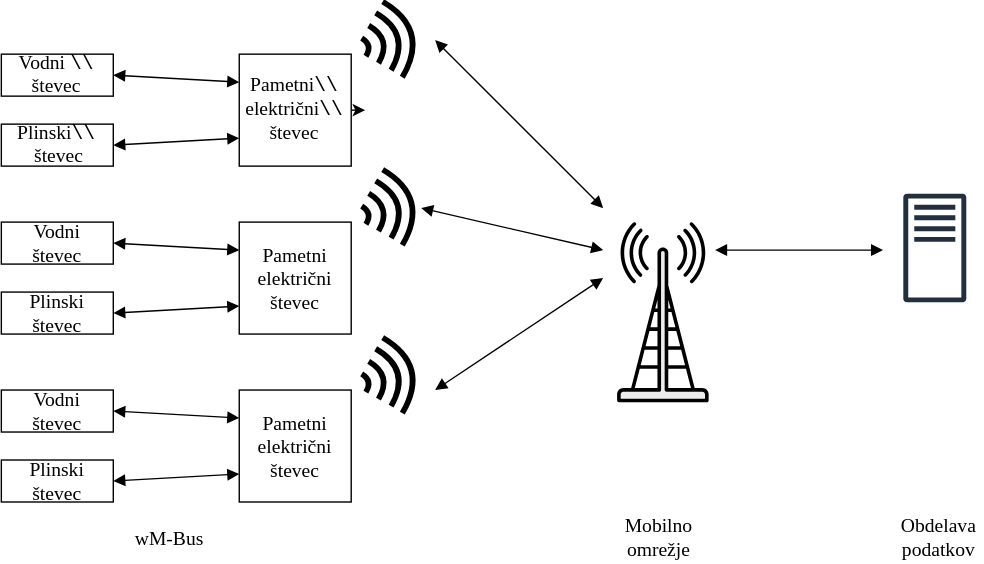
The draw.io diagram Slike/AMI.svg in harka069/mag, before a commit. Source tidied: cells renumbered, new cells last; positions are measured from the earlier drawing's top-left corner, leaving out a move shared by most shapes.
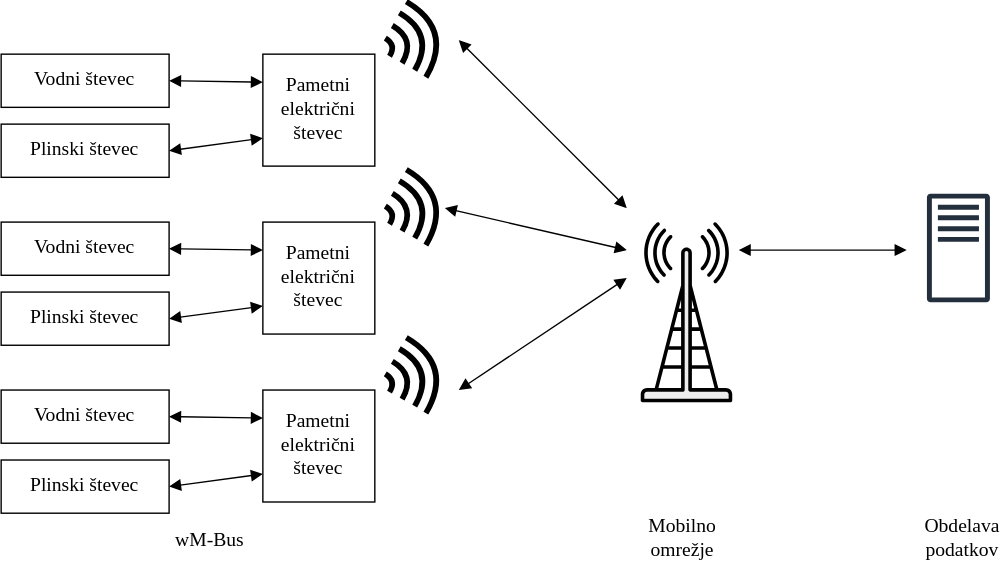
Later version of the same file.

Diff of the diagram source:
```diff
@@ -2,59 +2,54 @@
   <root>
     <mxCell id="0" />
     <mxCell id="1" parent="0" />
-    <mxCell id="2" value="&lt;div&gt;Pametni&lt;/div&gt;&lt;div&gt;električni&lt;/div&gt;&lt;div&gt;števec&lt;/div&gt;" style="rounded=0;whiteSpace=wrap;html=1;fontFamily=Latin Modern;fontSize=14;convertToSvg=1;svgWhiteSpace=wrap;" parent="1" vertex="1">
+    <mxCell id="2" value="&lt;div&gt;Pametni&lt;/div&gt;&lt;div&gt;električni&lt;/div&gt;&lt;div&gt;števec&lt;/div&gt;" style="rounded=0;whiteSpace=wrap;html=1;fontFamily=Latin Modern;fontSize=14;convertToSvg=0;" parent="1" vertex="1">
       <mxGeometry x="170" y="157" width="80" height="80" as="geometry" />
     </mxCell>
-    <mxCell id="3" value="Vodni števec" style="rounded=0;whiteSpace=wrap;html=1;fontFamily=Latin Modern;fontSize=14;convertToSvg=1;svgWhiteSpace=wrap;" parent="1" vertex="1">
-      <mxGeometry y="157" width="80" height="30" as="geometry" />
+    <mxCell id="3" value="Vodni števec" style="rounded=0;whiteSpace=wrap;html=1;fontFamily=Latin Modern;fontSize=14;convertToSvg=0;" parent="1" vertex="1">
+      <mxGeometry x="-17" y="157" width="120" height="38" as="geometry" />
     </mxCell>
-    <mxCell id="4" value="Plinski števec" style="rounded=0;whiteSpace=wrap;html=1;fontFamily=Latin Modern;fontSize=14;convertToSvg=1;svgWhiteSpace=wrap;" parent="1" vertex="1">
-      <mxGeometry y="207" width="80" height="30" as="geometry" />
+    <mxCell id="4" value="Plinski števec" style="rounded=0;whiteSpace=wrap;html=1;fontFamily=Latin Modern;fontSize=14;convertToSvg=0;" parent="1" vertex="1">
+      <mxGeometry x="-17" y="207" width="120" height="38" as="geometry" />
     </mxCell>
-    <mxCell id="5" style="endArrow=block;html=1;rounded=0;exitX=1;exitY=0.5;exitDx=0;exitDy=0;entryX=0;entryY=0.75;entryDx=0;entryDy=0;startArrow=block;startFill=1;endFill=1;fontFamily=Latin Modern;fontSize=14;convertToSvg=1;" parent="1" edge="1" source="4" target="2">
+    <mxCell id="5" style="endArrow=block;html=1;rounded=0;exitX=1;exitY=0.5;exitDx=0;exitDy=0;entryX=0;entryY=0.75;entryDx=0;entryDy=0;startArrow=block;startFill=1;endFill=1;fontFamily=Latin Modern;fontSize=14;convertToSvg=0;" parent="1" edge="1" source="4" target="2">
       <mxGeometry relative="1" as="geometry" />
     </mxCell>
-    <mxCell id="6" style="endArrow=block;html=1;rounded=0;exitX=1;exitY=0.5;exitDx=0;exitDy=0;entryX=0;entryY=0.25;entryDx=0;entryDy=0;startArrow=block;startFill=1;endFill=1;fontFamily=Latin Modern;fontSize=14;convertToSvg=1;" parent="1" edge="1" source="3" target="2">
+    <mxCell id="6" style="endArrow=block;html=1;rounded=0;exitX=1;exitY=0.5;exitDx=0;exitDy=0;entryX=0;entryY=0.25;entryDx=0;entryDy=0;startArrow=block;startFill=1;endFill=1;fontFamily=Latin Modern;fontSize=14;convertToSvg=0;" parent="1" edge="1" source="3" target="2">
       <mxGeometry relative="1" as="geometry" />
     </mxCell>
-    <mxCell id="7" value="&lt;div&gt;Pametni&lt;/div&gt;&lt;div&gt;električni&lt;/div&gt;&lt;div&gt;števec&lt;/div&gt;" style="rounded=0;whiteSpace=wrap;html=1;fontFamily=Latin Modern;fontSize=14;convertToSvg=1;svgWhiteSpace=wrap;" parent="1" vertex="1">
+    <mxCell id="7" value="&lt;div&gt;Pametni&lt;/div&gt;&lt;div&gt;električni&lt;/div&gt;&lt;div&gt;števec&lt;/div&gt;" style="rounded=0;whiteSpace=wrap;html=1;fontFamily=Latin Modern;fontSize=14;convertToSvg=0;" parent="1" vertex="1">
       <mxGeometry x="170" y="277" width="80" height="80" as="geometry" />
     </mxCell>
-    <mxCell id="8" value="Vodni števec" style="rounded=0;whiteSpace=wrap;html=1;fontFamily=Latin Modern;fontSize=14;convertToSvg=1;svgWhiteSpace=wrap;" parent="1" vertex="1">
-      <mxGeometry y="277" width="80" height="30" as="geometry" />
+    <mxCell id="8" value="Vodni števec" style="rounded=0;whiteSpace=wrap;html=1;fontFamily=Latin Modern;fontSize=14;convertToSvg=0;" parent="1" vertex="1">
+      <mxGeometry x="-17" y="277" width="120" height="38" as="geometry" />
     </mxCell>
-    <mxCell id="9" value="Plinski števec" style="rounded=0;whiteSpace=wrap;html=1;fontFamily=Latin Modern;fontSize=14;convertToSvg=1;svgWhiteSpace=wrap;" parent="1" vertex="1">
-      <mxGeometry y="327" width="80" height="30" as="geometry" />
+    <mxCell id="9" value="Plinski števec" style="rounded=0;whiteSpace=wrap;html=1;fontFamily=Latin Modern;fontSize=14;convertToSvg=0;" parent="1" vertex="1">
+      <mxGeometry x="-17" y="327" width="120" height="38" as="geometry" />
     </mxCell>
-    <mxCell id="10" style="endArrow=block;html=1;rounded=0;exitX=1;exitY=0.5;exitDx=0;exitDy=0;entryX=0;entryY=0.75;entryDx=0;entryDy=0;startArrow=block;startFill=1;endFill=1;fontFamily=Latin Modern;fontSize=14;convertToSvg=1;" parent="1" edge="1" source="9" target="7">
+    <mxCell id="10" style="endArrow=block;html=1;rounded=0;exitX=1;exitY=0.5;exitDx=0;exitDy=0;entryX=0;entryY=0.75;entryDx=0;entryDy=0;startArrow=block;startFill=1;endFill=1;fontFamily=Latin Modern;fontSize=14;convertToSvg=0;" parent="1" edge="1" source="9" target="7">
       <mxGeometry relative="1" as="geometry" />
     </mxCell>
-    <mxCell id="11" style="endArrow=block;html=1;rounded=0;exitX=1;exitY=0.5;exitDx=0;exitDy=0;entryX=0;entryY=0.25;entryDx=0;entryDy=0;startArrow=block;startFill=1;endFill=1;fontFamily=Latin Modern;fontSize=14;convertToSvg=1;" parent="1" edge="1" source="8" target="7">
+    <mxCell id="11" style="endArrow=block;html=1;rounded=0;exitX=1;exitY=0.5;exitDx=0;exitDy=0;entryX=0;entryY=0.25;entryDx=0;entryDy=0;startArrow=block;startFill=1;endFill=1;fontFamily=Latin Modern;fontSize=14;convertToSvg=0;" parent="1" edge="1" source="8" target="7">
       <mxGeometry relative="1" as="geometry" />
     </mxCell>
-    <mxCell id="12" value="&lt;div&gt;wM-Bus&lt;/div&gt;" style="edgeLabel;html=1;align=center;verticalAlign=middle;fontSize=14;fontFamily=Latin Modern;convertToSvg=1;" parent="11" vertex="1">
+    <mxCell id="12" value="&lt;div&gt;wM-Bus&lt;/div&gt;" style="edgeLabel;html=1;align=center;verticalAlign=middle;fontSize=14;fontFamily=Latin Modern;convertToSvg=0;" parent="11" vertex="1">
       <mxGeometry relative="1" as="geometry">
         <mxPoint x="-5" y="88" as="offset" />
       </mxGeometry>
     </mxCell>
-    <mxCell id="13" style="edgeStyle=orthogonalEdgeStyle;rounded=0;jettySize=auto;html=1;exitX=1;exitY=0.5;exitDx=0;exitDy=0;" parent="1" edge="1" source="14">
-      <mxGeometry relative="1" as="geometry">
-        <mxPoint x="260" y="77" as="targetPoint" />
-      </mxGeometry>
-    </mxCell>
-    <mxCell id="14" value="&lt;div&gt;Pametni&lt;code&gt;\\&lt;/code&gt; &lt;/div&gt;&lt;div&gt;električni&lt;code&gt;\\&lt;/code&gt; &lt;/div&gt;&lt;div&gt;števec&lt;/div&gt;" style="rounded=0;whiteSpace=wrap;html=1;fontFamily=Latin Modern;fontSize=14;convertToSvg=1;svgWhiteSpace=wrap;" parent="1" vertex="1">
+    <mxCell id="14" value="&lt;div&gt;Pametni&lt;/div&gt;&lt;div&gt;električni&lt;/div&gt;&lt;div&gt;števec&lt;/div&gt;" style="rounded=0;whiteSpace=wrap;html=1;fontFamily=Latin Modern;fontSize=14;convertToSvg=0;" parent="1" vertex="1">
       <mxGeometry x="170" y="37" width="80" height="80" as="geometry" />
     </mxCell>
-    <mxCell id="15" value="Vodni&amp;nbsp;&lt;code&gt;\\&lt;/code&gt; števec" style="rounded=0;whiteSpace=wrap;html=1;fontFamily=Latin Modern;fontSize=14;convertToSvg=1;svgWhiteSpace=wrap;" parent="1" vertex="1">
-      <mxGeometry y="37" width="80" height="30" as="geometry" />
+    <mxCell id="15" value="Vodni števec" style="rounded=0;whiteSpace=wrap;html=1;fontFamily=Latin Modern;fontSize=14;convertToSvg=0;" parent="1" vertex="1">
+      <mxGeometry x="-17" y="37" width="120" height="38" as="geometry" />
     </mxCell>
-    <mxCell id="16" value="Plinski&lt;code&gt;\\&lt;/code&gt; &amp;nbsp;števec" style="rounded=0;whiteSpace=wrap;html=1;fontFamily=Latin Modern;fontSize=14;convertToSvg=1;svgWhiteSpace=wrap;" parent="1" vertex="1">
-      <mxGeometry y="87" width="80" height="30" as="geometry" />
+    <mxCell id="16" value="Plinski števec" style="rounded=0;whiteSpace=wrap;html=1;fontFamily=Latin Modern;fontSize=14;convertToSvg=0;" parent="1" vertex="1">
+      <mxGeometry x="-17" y="87" width="120" height="38" as="geometry" />
     </mxCell>
-    <mxCell id="17" style="endArrow=block;html=1;rounded=0;exitX=1;exitY=0.5;exitDx=0;exitDy=0;entryX=0;entryY=0.75;entryDx=0;entryDy=0;startArrow=block;startFill=1;endFill=1;fontFamily=Latin Modern;fontSize=14;convertToSvg=1;" parent="1" edge="1" source="16" target="14">
+    <mxCell id="17" style="endArrow=block;html=1;rounded=0;exitX=1;exitY=0.5;exitDx=0;exitDy=0;entryX=0;entryY=0.75;entryDx=0;entryDy=0;startArrow=block;startFill=1;endFill=1;fontFamily=Latin Modern;fontSize=14;convertToSvg=0;" parent="1" edge="1" source="16" target="14">
       <mxGeometry relative="1" as="geometry" />
     </mxCell>
-    <mxCell id="18" style="endArrow=block;html=1;rounded=0;exitX=1;exitY=0.5;exitDx=0;exitDy=0;entryX=0;entryY=0.25;entryDx=0;entryDy=0;startArrow=block;startFill=1;endFill=1;fontFamily=Latin Modern;fontSize=14;convertToSvg=1;" parent="1" edge="1" source="15" target="14">
+    <mxCell id="18" style="endArrow=block;html=1;rounded=0;exitX=1;exitY=0.5;exitDx=0;exitDy=0;entryX=0;entryY=0.25;entryDx=0;entryDy=0;startArrow=block;startFill=1;endFill=1;fontFamily=Latin Modern;fontSize=14;convertToSvg=0;" parent="1" edge="1" source="15" target="14">
       <mxGeometry relative="1" as="geometry" />
     </mxCell>
     <mxCell id="19" value="Mobilno&amp;nbsp; omrežje" style="text;html=1;whiteSpace=wrap;strokeColor=none;fillColor=none;align=center;verticalAlign=middle;rounded=0;fontFamily=Latin Modern;fontSize=14;convertToSvg=1;svgWhiteSpace=wrap;" parent="1" vertex="1">
@@ -75,7 +70,7 @@
         </Array>
       </mxGeometry>
     </mxCell>
-    <mxCell id="23" style="edgeStyle=none;orthogonalLoop=1;jettySize=auto;html=1;rounded=0;endArrow=none;endFill=0;curved=1;strokeWidth=4;fontFamily=Latin Modern;fontSize=14;convertToSvg=1;" parent="21" edge="1">
+    <mxCell id="23" style="edgeStyle=none;orthogonalLoop=1;jettySize=auto;html=1;rounded=0;endArrow=none;endFill=0;curved=1;strokeWidth=4;fontFamily=Latin Modern;fontSize=14;convertToSvg=0;" parent="21" edge="1">
       <mxGeometry relative="1" as="geometry">
         <mxPoint x="8" y="1" as="sourcePoint" />
         <mxPoint x="19" y="42" as="targetPoint" />
@@ -84,7 +79,7 @@
         </Array>
       </mxGeometry>
     </mxCell>
-    <mxCell id="24" style="edgeStyle=none;orthogonalLoop=1;jettySize=auto;html=1;rounded=0;endArrow=none;endFill=0;curved=1;strokeWidth=4;fontFamily=Latin Modern;fontSize=14;convertToSvg=1;" parent="21" edge="1">
+    <mxCell id="24" style="edgeStyle=none;orthogonalLoop=1;jettySize=auto;html=1;rounded=0;endArrow=none;endFill=0;curved=1;strokeWidth=4;fontFamily=Latin Modern;fontSize=14;convertToSvg=0;" parent="21" edge="1">
       <mxGeometry relative="1" as="geometry">
         <mxPoint x="3" y="10" as="sourcePoint" />
         <mxPoint x="10" y="37" as="targetPoint" />
@@ -93,7 +88,7 @@
         </Array>
       </mxGeometry>
     </mxCell>
-    <mxCell id="25" style="edgeStyle=none;orthogonalLoop=1;jettySize=auto;html=1;rounded=0;endArrow=none;endFill=0;curved=1;strokeWidth=4;fontFamily=Latin Modern;fontSize=14;convertToSvg=1;" parent="21" edge="1">
+    <mxCell id="25" style="edgeStyle=none;orthogonalLoop=1;jettySize=auto;html=1;rounded=0;endArrow=none;endFill=0;curved=1;strokeWidth=4;fontFamily=Latin Modern;fontSize=14;convertToSvg=0;" parent="21" edge="1">
       <mxGeometry relative="1" as="geometry">
         <mxPoint x="-2" y="19" as="sourcePoint" />
         <mxPoint x="1" y="32" as="targetPoint" />
@@ -114,7 +109,7 @@
         </Array>
       </mxGeometry>
     </mxCell>
-    <mxCell id="28" style="edgeStyle=none;orthogonalLoop=1;jettySize=auto;html=1;rounded=0;endArrow=none;endFill=0;curved=1;strokeWidth=4;fontFamily=Latin Modern;fontSize=14;convertToSvg=1;" parent="26" edge="1">
+    <mxCell id="28" style="edgeStyle=none;orthogonalLoop=1;jettySize=auto;html=1;rounded=0;endArrow=none;endFill=0;curved=1;strokeWidth=4;fontFamily=Latin Modern;fontSize=14;convertToSvg=0;" parent="26" edge="1">
       <mxGeometry relative="1" as="geometry">
         <mxPoint x="8" y="1" as="sourcePoint" />
         <mxPoint x="19" y="42" as="targetPoint" />
@@ -123,7 +118,7 @@
         </Array>
       </mxGeometry>
     </mxCell>
-    <mxCell id="29" style="edgeStyle=none;orthogonalLoop=1;jettySize=auto;html=1;rounded=0;endArrow=none;endFill=0;curved=1;strokeWidth=4;fontFamily=Latin Modern;fontSize=14;convertToSvg=1;" parent="26" edge="1">
+    <mxCell id="29" style="edgeStyle=none;orthogonalLoop=1;jettySize=auto;html=1;rounded=0;endArrow=none;endFill=0;curved=1;strokeWidth=4;fontFamily=Latin Modern;fontSize=14;convertToSvg=0;" parent="26" edge="1">
       <mxGeometry relative="1" as="geometry">
         <mxPoint x="3" y="10" as="sourcePoint" />
         <mxPoint x="10" y="37" as="targetPoint" />
@@ -132,7 +127,7 @@
         </Array>
       </mxGeometry>
     </mxCell>
-    <mxCell id="30" style="edgeStyle=none;orthogonalLoop=1;jettySize=auto;html=1;rounded=0;endArrow=none;endFill=0;curved=1;strokeWidth=4;fontFamily=Latin Modern;fontSize=14;convertToSvg=1;" parent="26" edge="1">
+    <mxCell id="30" style="edgeStyle=none;orthogonalLoop=1;jettySize=auto;html=1;rounded=0;endArrow=none;endFill=0;curved=1;strokeWidth=4;fontFamily=Latin Modern;fontSize=14;convertToSvg=0;" parent="26" edge="1">
       <mxGeometry relative="1" as="geometry">
         <mxPoint x="-2" y="19" as="sourcePoint" />
         <mxPoint x="1" y="32" as="targetPoint" />
@@ -153,7 +148,7 @@
         </Array>
       </mxGeometry>
     </mxCell>
-    <mxCell id="33" style="edgeStyle=none;orthogonalLoop=1;jettySize=auto;html=1;rounded=0;endArrow=none;endFill=0;curved=1;strokeWidth=4;fontFamily=Latin Modern;fontSize=14;convertToSvg=1;" parent="31" edge="1">
+    <mxCell id="33" style="edgeStyle=none;orthogonalLoop=1;jettySize=auto;html=1;rounded=0;endArrow=none;endFill=0;curved=1;strokeWidth=4;fontFamily=Latin Modern;fontSize=14;convertToSvg=0;" parent="31" edge="1">
       <mxGeometry relative="1" as="geometry">
         <mxPoint x="8" y="1" as="sourcePoint" />
         <mxPoint x="19" y="42" as="targetPoint" />
@@ -162,7 +157,7 @@
         </Array>
       </mxGeometry>
     </mxCell>
-    <mxCell id="34" style="edgeStyle=none;orthogonalLoop=1;jettySize=auto;html=1;rounded=0;endArrow=none;endFill=0;curved=1;strokeWidth=4;fontFamily=Latin Modern;fontSize=14;convertToSvg=1;" parent="31" edge="1">
+    <mxCell id="34" style="edgeStyle=none;orthogonalLoop=1;jettySize=auto;html=1;rounded=0;endArrow=none;endFill=0;curved=1;strokeWidth=4;fontFamily=Latin Modern;fontSize=14;convertToSvg=0;" parent="31" edge="1">
       <mxGeometry relative="1" as="geometry">
         <mxPoint x="3" y="10" as="sourcePoint" />
         <mxPoint x="10" y="37" as="targetPoint" />
@@ -171,7 +166,7 @@
         </Array>
       </mxGeometry>
     </mxCell>
-    <mxCell id="35" style="edgeStyle=none;orthogonalLoop=1;jettySize=auto;html=1;rounded=0;endArrow=none;endFill=0;curved=1;strokeWidth=4;fontFamily=Latin Modern;fontSize=14;convertToSvg=1;" parent="31" edge="1">
+    <mxCell id="35" style="edgeStyle=none;orthogonalLoop=1;jettySize=auto;html=1;rounded=0;endArrow=none;endFill=0;curved=1;strokeWidth=4;fontFamily=Latin Modern;fontSize=14;convertToSvg=0;" parent="31" edge="1">
       <mxGeometry relative="1" as="geometry">
         <mxPoint x="-2" y="19" as="sourcePoint" />
         <mxPoint x="1" y="32" as="targetPoint" />
```
